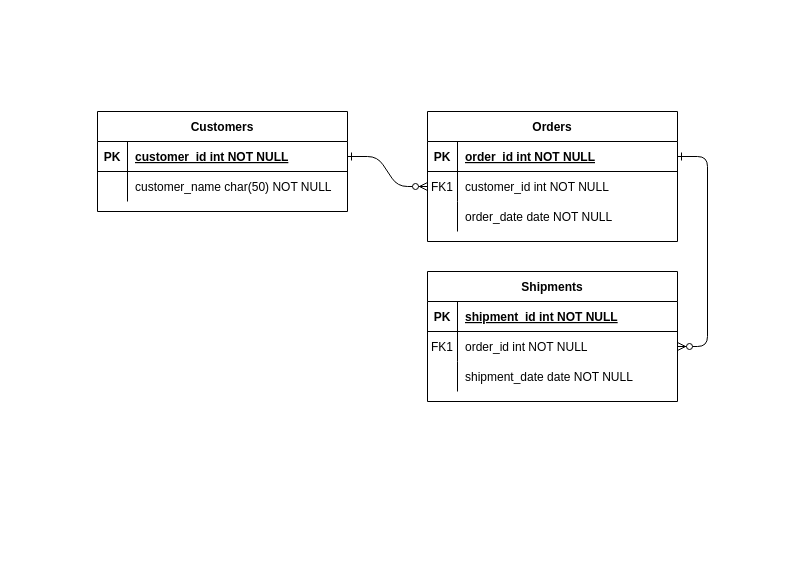
The draw.io diagram Untitled Diagram.drawio in Verokeli/demo02, before the edit. Source tidied: cells renumbered, new cells numbered last; positions are measured from the earlier drawing's top-left corner, leaving out a move shared by most shapes. Both pictures are drawn from the tidied source at 100%, with x=0, y=0 at pixel (97, 111).
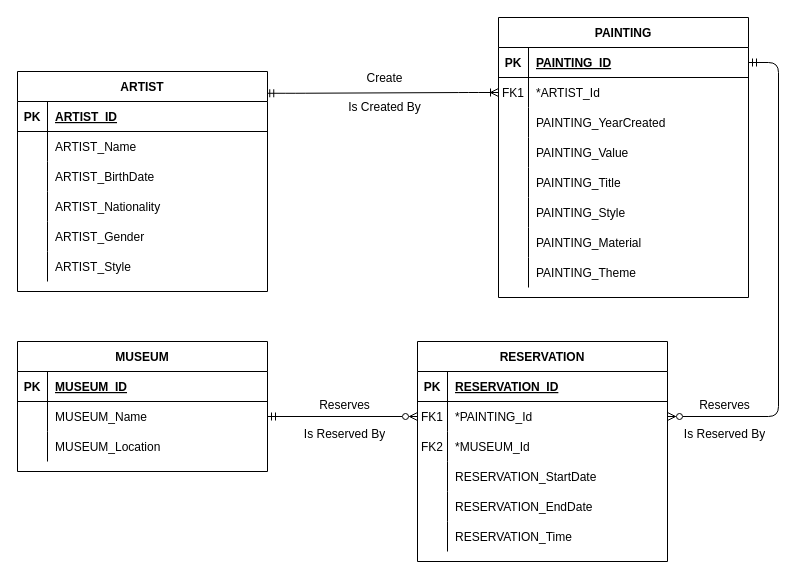
The same page after the edit.

The change refers to these unchanged cells:
```xml
<mxCell id="5" style="shape=partialRectangle;fillColor=none;points=[[0,0.5],[1,0.5]];portConstraint=eastwest;top=0;left=0;right=0;bottom=1;" parent="4" vertex="1">
  <mxGeometry y="30" width="250" height="30" as="geometry" />
</mxCell>
<mxCell id="8" style="shape=partialRectangle;fillColor=none;points=[[0,0.5],[1,0.5]];portConstraint=eastwest;top=0;left=0;right=0;bottom=0;" parent="4" vertex="1">
  <mxGeometry y="60" width="250" height="30" as="geometry" />
</mxCell>
<mxCell id="11" style="shape=partialRectangle;fillColor=none;top=0;left=0;right=0;bottom=0;" parent="4" vertex="1">
  <mxGeometry y="90" width="250" height="30" as="geometry" />
</mxCell>
<mxCell id="15" style="shape=partialRectangle;fillColor=none;top=0;left=0;right=0;bottom=1;" parent="14" vertex="1">
  <mxGeometry y="30" width="250" height="30" as="geometry" />
</mxCell>
<mxCell id="18" style="shape=partialRectangle;fillColor=none;points=[[0,0.5],[1,0.5]];portConstraint=eastwest;top=0;left=0;right=0;bottom=0;" parent="14" vertex="1">
  <mxGeometry y="60" width="250" height="30" as="geometry" />
</mxCell>
<mxCell id="21" style="shape=partialRectangle;fillColor=none;top=0;left=0;right=0;bottom=0;" parent="14" vertex="1">
  <mxGeometry y="90" width="250" height="30" as="geometry" />
</mxCell>
<mxCell id="25" style="shape=partialRectangle;fillColor=none;points=[[0,0.5],[1,0.5]];portConstraint=eastwest;top=0;left=0;right=0;bottom=1;" parent="24" vertex="1">
  <mxGeometry y="30" width="250" height="30" as="geometry" />
</mxCell>
<mxCell id="28" style="shape=partialRectangle;fillColor=none;top=0;left=0;right=0;bottom=0;" parent="24" vertex="1">
  <mxGeometry y="60" width="250" height="30" as="geometry" />
</mxCell>
```

Diff of the diagram source:
```diff
@@
-    <mxCell id="2" style="edgeStyle=entityRelationEdgeStyle;endArrow=ERzeroToMany;startArrow=ERone;endFill=1;startFill=0;" parent="1" edge="1" source="25" target="8">
+    <mxCell id="2" style="edgeStyle=entityRelationEdgeStyle;endArrow=ERoneToMany;startArrow=ERmandOne;endFill=0;startFill=0;exitX=0.993;exitY=0.099;exitDx=0;exitDy=0;exitPerimeter=0;fontSize=14;" parent="1" edge="1" source="24" target="8">
       <mxGeometry relative="1" as="geometry" />
     </mxCell>
-    <mxCell id="3" style="edgeStyle=entityRelationEdgeStyle;endArrow=ERzeroToMany;startArrow=ERone;endFill=1;startFill=0;" parent="1" edge="1" source="5" target="18">
-      <mxGeometry relative="1" as="geometry" />
+    <mxCell id="3" style="edgeStyle=entityRelationEdgeStyle;endArrow=ERzeroToMany;startArrow=ERmandOne;endFill=0;startFill=0;" parent="1" edge="1" source="5" target="18">
+      <mxGeometry relative="1" as="geometry">
+        <Array as="points">
+          <mxPoint x="630" y="120" />
+          <mxPoint x="640" y="140" />
+          <mxPoint x="660" y="130" />
+        </Array>
+      </mxGeometry>
     </mxCell>
-    <mxCell id="4" value="Orders" style="shape=table;startSize=30;childLayout=tableLayout;rowLines=0;fontStyle=1;align=center;" parent="1" vertex="1">
-      <mxGeometry x="330" width="250" height="130" as="geometry" />
+    <mxCell id="4" value="PAINTING" style="shape=table;startSize=30;childLayout=tableLayout;rowLines=0;fontStyle=1;align=center;" parent="1" vertex="1">
+      <mxGeometry x="401" y="-94" width="250" height="280" as="geometry" />
     </mxCell>
@@
-    <mxCell id="7" value="order_id int NOT NULL " style="shape=partialRectangle;overflow=hidden;fillColor=none;top=0;left=0;bottom=0;right=0;align=left;spacingLeft=6;fontStyle=5;" parent="5" vertex="1">
+    <mxCell id="7" value="PAINTING_ID" style="shape=partialRectangle;overflow=hidden;fillColor=none;top=0;left=0;bottom=0;right=0;align=left;spacingLeft=6;fontStyle=5;" parent="5" vertex="1">
       <mxGeometry x="30" width="220" height="30" as="geometry" />
     </mxCell>
@@
-    <mxCell id="10" value="customer_id int NOT NULL" style="shape=partialRectangle;overflow=hidden;fillColor=none;top=0;left=0;bottom=0;right=0;align=left;spacingLeft=6;" parent="8" vertex="1">
+    <mxCell id="10" value="*ARTIST_Id" style="shape=partialRectangle;overflow=hidden;fillColor=none;top=0;left=0;bottom=0;right=0;align=left;spacingLeft=6;" parent="8" vertex="1">
       <mxGeometry x="30" width="220" height="30" as="geometry" />
     </mxCell>
@@
-    <mxCell id="13" value="order_date date NOT NULL" style="shape=partialRectangle;overflow=hidden;fillColor=none;top=0;left=0;bottom=0;right=0;align=left;spacingLeft=6;" parent="11" vertex="1">
+    <mxCell id="13" value="PAINTING_YearCreated" style="shape=partialRectangle;overflow=hidden;fillColor=none;top=0;left=0;bottom=0;right=0;align=left;spacingLeft=6;" parent="11" vertex="1">
       <mxGeometry x="30" width="220" height="30" as="geometry" />
     </mxCell>
+    <mxCell id="31" style="shape=partialRectangle;fillColor=none;top=0;left=0;right=0;bottom=0;" parent="4" vertex="1">
+      <mxGeometry y="120" width="250" height="30" as="geometry" />
+    </mxCell>
+    <mxCell id="32" style="shape=partialRectangle;overflow=hidden;fillColor=none;top=0;left=0;bottom=0;right=0;" parent="31" vertex="1">
+      <mxGeometry width="30" height="30" as="geometry" />
+    </mxCell>
+    <mxCell id="33" value="PAINTING_Value" style="shape=partialRectangle;overflow=hidden;fillColor=none;top=0;left=0;bottom=0;right=0;align=left;spacingLeft=6;" parent="31" vertex="1">
+      <mxGeometry x="30" width="220" height="30" as="geometry" />
+    </mxCell>
+    <mxCell id="34" style="shape=partialRectangle;fillColor=none;top=0;left=0;right=0;bottom=0;" parent="4" vertex="1">
+      <mxGeometry y="150" width="250" height="30" as="geometry" />
+    </mxCell>
+    <mxCell id="35" style="shape=partialRectangle;overflow=hidden;fillColor=none;top=0;left=0;bottom=0;right=0;" parent="34" vertex="1">
+      <mxGeometry width="30" height="30" as="geometry" />
+    </mxCell>
+    <mxCell id="36" value="PAINTING_Title" style="shape=partialRectangle;overflow=hidden;fillColor=none;top=0;left=0;bottom=0;right=0;align=left;spacingLeft=6;" parent="34" vertex="1">
+      <mxGeometry x="30" width="220" height="30" as="geometry" />
+    </mxCell>
+    <mxCell id="37" style="shape=partialRectangle;fillColor=none;top=0;left=0;right=0;bottom=0;" parent="4" vertex="1">
+      <mxGeometry y="180" width="250" height="30" as="geometry" />
+    </mxCell>
+    <mxCell id="38" style="shape=partialRectangle;overflow=hidden;fillColor=none;top=0;left=0;bottom=0;right=0;" parent="37" vertex="1">
+      <mxGeometry width="30" height="30" as="geometry" />
+    </mxCell>
+    <mxCell id="39" value="PAINTING_Style" style="shape=partialRectangle;overflow=hidden;fillColor=none;top=0;left=0;bottom=0;right=0;align=left;spacingLeft=6;" parent="37" vertex="1">
+      <mxGeometry x="30" width="220" height="30" as="geometry" />
+    </mxCell>
+    <mxCell id="40" style="shape=partialRectangle;fillColor=none;top=0;left=0;right=0;bottom=0;" parent="4" vertex="1">
+      <mxGeometry y="210" width="250" height="30" as="geometry" />
+    </mxCell>
+    <mxCell id="41" style="shape=partialRectangle;overflow=hidden;fillColor=none;top=0;left=0;bottom=0;right=0;" parent="40" vertex="1">
+      <mxGeometry width="30" height="30" as="geometry" />
+    </mxCell>
+    <mxCell id="42" value="PAINTING_Material" style="shape=partialRectangle;overflow=hidden;fillColor=none;top=0;left=0;bottom=0;right=0;align=left;spacingLeft=6;" parent="40" vertex="1">
+      <mxGeometry x="30" width="220" height="30" as="geometry" />
+    </mxCell>
+    <mxCell id="43" style="shape=partialRectangle;fillColor=none;top=0;left=0;right=0;bottom=0;" parent="4" vertex="1">
+      <mxGeometry y="240" width="250" height="30" as="geometry" />
+    </mxCell>
+    <mxCell id="44" style="shape=partialRectangle;overflow=hidden;fillColor=none;top=0;left=0;bottom=0;right=0;" parent="43" vertex="1">
+      <mxGeometry width="30" height="30" as="geometry" />
+    </mxCell>
+    <mxCell id="45" value="PAINTING_Theme" style="shape=partialRectangle;overflow=hidden;fillColor=none;top=0;left=0;bottom=0;right=0;align=left;spacingLeft=6;" parent="43" vertex="1">
+      <mxGeometry x="30" width="220" height="30" as="geometry" />
+    </mxCell>
-    <mxCell id="14" value="Shipments" style="shape=table;startSize=30;childLayout=tableLayout;rowLines=0;fontStyle=1;align=center;" parent="1" vertex="1">
-      <mxGeometry x="330" y="160" width="250" height="130" as="geometry" />
+    <mxCell id="14" value="RESERVATION" style="shape=table;startSize=30;childLayout=tableLayout;rowLines=0;fontStyle=1;align=center;" parent="1" vertex="1">
+      <mxGeometry x="320" y="230" width="250" height="220" as="geometry" />
     </mxCell>
@@
-    <mxCell id="17" value="shipment_id int NOT NULL " style="shape=partialRectangle;overflow=hidden;fillColor=none;top=0;left=0;bottom=0;right=0;align=left;spacingLeft=6;fontStyle=5;" parent="15" vertex="1">
+    <mxCell id="17" value="RESERVATION_ID" style="shape=partialRectangle;overflow=hidden;fillColor=none;top=0;left=0;bottom=0;right=0;align=left;spacingLeft=6;fontStyle=5;" parent="15" vertex="1">
       <mxGeometry x="30" width="220" height="30" as="geometry" />
     </mxCell>
@@
-    <mxCell id="20" value="order_id int NOT NULL" style="shape=partialRectangle;overflow=hidden;fillColor=none;top=0;left=0;bottom=0;right=0;align=left;spacingLeft=6;" parent="18" vertex="1">
+    <mxCell id="20" value="*PAINTING_Id" style="shape=partialRectangle;overflow=hidden;fillColor=none;top=0;left=0;bottom=0;right=0;align=left;spacingLeft=6;" parent="18" vertex="1">
       <mxGeometry x="30" width="220" height="30" as="geometry" />
     </mxCell>
@@
-    <mxCell id="23" value="shipment_date date NOT NULL" style="shape=partialRectangle;overflow=hidden;fillColor=none;top=0;left=0;bottom=0;right=0;align=left;spacingLeft=6;" parent="21" vertex="1">
+    <mxCell id="23" value="*MUSEUM_Id" style="shape=partialRectangle;overflow=hidden;fillColor=none;top=0;left=0;bottom=0;right=0;align=left;spacingLeft=6;" parent="21" vertex="1">
       <mxGeometry x="30" width="220" height="30" as="geometry" />
     </mxCell>
+    <mxCell id="46" style="shape=partialRectangle;fillColor=none;top=0;left=0;right=0;bottom=0;" parent="14" vertex="1">
+      <mxGeometry y="120" width="250" height="30" as="geometry" />
+    </mxCell>
+    <mxCell id="47" style="shape=partialRectangle;overflow=hidden;fillColor=none;top=0;left=0;bottom=0;right=0;" parent="46" vertex="1">
+      <mxGeometry width="30" height="30" as="geometry" />
+    </mxCell>
+    <mxCell id="48" value="RESERVATION_StartDate" style="shape=partialRectangle;overflow=hidden;fillColor=none;top=0;left=0;bottom=0;right=0;align=left;spacingLeft=6;" parent="46" vertex="1">
+      <mxGeometry x="30" width="220" height="30" as="geometry" />
+    </mxCell>
+    <mxCell id="49" style="shape=partialRectangle;fillColor=none;top=0;left=0;right=0;bottom=0;" parent="14" vertex="1">
+      <mxGeometry y="150" width="250" height="30" as="geometry" />
+    </mxCell>
+    <mxCell id="50" style="shape=partialRectangle;overflow=hidden;fillColor=none;top=0;left=0;bottom=0;right=0;" parent="49" vertex="1">
+      <mxGeometry width="30" height="30" as="geometry" />
+    </mxCell>
+    <mxCell id="51" value="RESERVATION_EndDate" style="shape=partialRectangle;overflow=hidden;fillColor=none;top=0;left=0;bottom=0;right=0;align=left;spacingLeft=6;" parent="49" vertex="1">
+      <mxGeometry x="30" width="220" height="30" as="geometry" />
+    </mxCell>
+    <mxCell id="52" style="shape=partialRectangle;fillColor=none;top=0;left=0;right=0;bottom=0;" parent="14" vertex="1">
+      <mxGeometry y="180" width="250" height="30" as="geometry" />
+    </mxCell>
+    <mxCell id="53" style="shape=partialRectangle;overflow=hidden;fillColor=none;top=0;left=0;bottom=0;right=0;" parent="52" vertex="1">
+      <mxGeometry width="30" height="30" as="geometry" />
+    </mxCell>
+    <mxCell id="54" value="RESERVATION_Time" style="shape=partialRectangle;overflow=hidden;fillColor=none;top=0;left=0;bottom=0;right=0;align=left;spacingLeft=6;" parent="52" vertex="1">
+      <mxGeometry x="30" width="220" height="30" as="geometry" />
+    </mxCell>
-    <mxCell id="24" value="Customers" style="shape=table;startSize=30;childLayout=tableLayout;rowLines=0;fontStyle=1;align=center;" parent="1" vertex="1">
-      <mxGeometry width="250" height="100" as="geometry" />
+    <mxCell id="24" value="ARTIST" style="shape=table;startSize=30;childLayout=tableLayout;rowLines=0;fontStyle=1;align=center;" parent="1" vertex="1">
+      <mxGeometry x="-80" y="-40" width="250" height="220" as="geometry" />
     </mxCell>
@@
-    <mxCell id="27" value="customer_id int NOT NULL " style="shape=partialRectangle;overflow=hidden;fillColor=none;top=0;left=0;bottom=0;right=0;align=left;spacingLeft=6;fontStyle=5;" parent="25" vertex="1">
+    <mxCell id="27" value="ARTIST_ID" style="shape=partialRectangle;overflow=hidden;fillColor=none;top=0;left=0;bottom=0;right=0;align=left;spacingLeft=6;fontStyle=5;" parent="25" vertex="1">
       <mxGeometry x="30" width="220" height="30" as="geometry" />
     </mxCell>
@@
-    <mxCell id="30" value="customer_name char(50) NOT NULL" style="shape=partialRectangle;overflow=hidden;fillColor=none;top=0;left=0;bottom=0;right=0;align=left;spacingLeft=6;" parent="28" vertex="1">
+    <mxCell id="30" value="ARTIST_Name" style="shape=partialRectangle;overflow=hidden;fillColor=none;top=0;left=0;bottom=0;right=0;align=left;spacingLeft=6;" parent="28" vertex="1">
       <mxGeometry x="30" width="220" height="30" as="geometry" />
     </mxCell>
+    <mxCell id="55" style="shape=partialRectangle;fillColor=none;top=0;left=0;right=0;bottom=0;" parent="24" vertex="1">
+      <mxGeometry y="90" width="250" height="30" as="geometry" />
+    </mxCell>
+    <mxCell id="56" style="shape=partialRectangle;overflow=hidden;fillColor=none;top=0;left=0;bottom=0;right=0;" parent="55" vertex="1">
+      <mxGeometry width="30" height="30" as="geometry" />
+    </mxCell>
+    <mxCell id="57" value="ARTIST_BirthDate" style="shape=partialRectangle;overflow=hidden;fillColor=none;top=0;left=0;bottom=0;right=0;align=left;spacingLeft=6;" parent="55" vertex="1">
+      <mxGeometry x="30" width="220" height="30" as="geometry" />
+    </mxCell>
+    <mxCell id="58" style="shape=partialRectangle;fillColor=none;top=0;left=0;right=0;bottom=0;" parent="24" vertex="1">
+      <mxGeometry y="120" width="250" height="30" as="geometry" />
+    </mxCell>
+    <mxCell id="59" style="shape=partialRectangle;overflow=hidden;fillColor=none;top=0;left=0;bottom=0;right=0;" parent="58" vertex="1">
+      <mxGeometry width="30" height="30" as="geometry" />
+    </mxCell>
+    <mxCell id="60" value="ARTIST_Nationality" style="shape=partialRectangle;overflow=hidden;fillColor=none;top=0;left=0;bottom=0;right=0;align=left;spacingLeft=6;" parent="58" vertex="1">
+      <mxGeometry x="30" width="220" height="30" as="geometry" />
+    </mxCell>
+    <mxCell id="61" style="shape=partialRectangle;fillColor=none;top=0;left=0;right=0;bottom=0;" parent="24" vertex="1">
+      <mxGeometry y="150" width="250" height="30" as="geometry" />
+    </mxCell>
+    <mxCell id="62" style="shape=partialRectangle;overflow=hidden;fillColor=none;top=0;left=0;bottom=0;right=0;" parent="61" vertex="1">
+      <mxGeometry width="30" height="30" as="geometry" />
+    </mxCell>
+    <mxCell id="63" value="ARTIST_Gender" style="shape=partialRectangle;overflow=hidden;fillColor=none;top=0;left=0;bottom=0;right=0;align=left;spacingLeft=6;" parent="61" vertex="1">
+      <mxGeometry x="30" width="220" height="30" as="geometry" />
+    </mxCell>
+    <mxCell id="64" style="shape=partialRectangle;fillColor=none;top=0;left=0;right=0;bottom=0;" parent="24" vertex="1">
+      <mxGeometry y="180" width="250" height="30" as="geometry" />
+    </mxCell>
+    <mxCell id="65" style="shape=partialRectangle;overflow=hidden;fillColor=none;top=0;left=0;bottom=0;right=0;" parent="64" vertex="1">
+      <mxGeometry width="30" height="30" as="geometry" />
+    </mxCell>
+    <mxCell id="66" value="ARTIST_Style" style="shape=partialRectangle;overflow=hidden;fillColor=none;top=0;left=0;bottom=0;right=0;align=left;spacingLeft=6;" parent="64" vertex="1">
+      <mxGeometry x="30" width="220" height="30" as="geometry" />
+    </mxCell>
+    <mxCell id="67" value="MUSEUM" style="shape=table;startSize=30;childLayout=tableLayout;rowLines=0;fontStyle=1;align=center;" parent="1" vertex="1">
+      <mxGeometry x="-80" y="230" width="250" height="130" as="geometry" />
+    </mxCell>
+    <mxCell id="68" style="shape=partialRectangle;fillColor=none;top=0;left=0;right=0;bottom=1;" parent="67" vertex="1">
+      <mxGeometry y="30" width="250" height="30" as="geometry" />
+    </mxCell>
+    <mxCell id="69" value="PK" style="shape=partialRectangle;overflow=hidden;fillColor=none;top=0;left=0;bottom=0;right=0;fontStyle=1;" parent="68" vertex="1">
+      <mxGeometry width="30" height="30" as="geometry" />
+    </mxCell>
+    <mxCell id="70" value="MUSEUM_ID" style="shape=partialRectangle;overflow=hidden;fillColor=none;top=0;left=0;bottom=0;right=0;align=left;spacingLeft=6;fontStyle=5;" parent="68" vertex="1">
+      <mxGeometry x="30" width="220" height="30" as="geometry" />
+    </mxCell>
+    <mxCell id="71" style="shape=partialRectangle;fillColor=none;points=[[0,0.5],[1,0.5]];portConstraint=eastwest;top=0;left=0;right=0;bottom=0;" parent="67" vertex="1">
+      <mxGeometry y="60" width="250" height="30" as="geometry" />
+    </mxCell>
+    <mxCell id="72" style="shape=partialRectangle;overflow=hidden;fillColor=none;top=0;left=0;bottom=0;right=0;" parent="71" vertex="1">
+      <mxGeometry width="30" height="30" as="geometry" />
+    </mxCell>
+    <mxCell id="73" value="MUSEUM_Name" style="shape=partialRectangle;overflow=hidden;fillColor=none;top=0;left=0;bottom=0;right=0;align=left;spacingLeft=6;" parent="71" vertex="1">
+      <mxGeometry x="30" width="220" height="30" as="geometry" />
+    </mxCell>
+    <mxCell id="74" style="shape=partialRectangle;fillColor=none;top=0;left=0;right=0;bottom=0;" parent="67" vertex="1">
+      <mxGeometry y="90" width="250" height="30" as="geometry" />
+    </mxCell>
+    <mxCell id="75" style="shape=partialRectangle;overflow=hidden;fillColor=none;top=0;left=0;bottom=0;right=0;" parent="74" vertex="1">
+      <mxGeometry width="30" height="30" as="geometry" />
+    </mxCell>
+    <mxCell id="76" value="MUSEUM_Location" style="shape=partialRectangle;overflow=hidden;fillColor=none;top=0;left=0;bottom=0;right=0;align=left;spacingLeft=6;" parent="74" vertex="1">
+      <mxGeometry x="30" width="220" height="30" as="geometry" />
+    </mxCell>
+    <mxCell id="77" style="edgeStyle=orthogonalEdgeStyle;rounded=0;jettySize=auto;html=1;exitX=0;exitY=0.5;exitDx=0;exitDy=0;entryX=1;entryY=0.5;entryDx=0;entryDy=0;startArrow=ERzeroToMany;startFill=0;endArrow=ERmandOne;endFill=0;" parent="1" edge="1" source="18" target="71">
+      <mxGeometry relative="1" as="geometry" />
+    </mxCell>
+    <mxCell id="78" value="FK2" style="shape=partialRectangle;overflow=hidden;fillColor=none;top=0;left=0;bottom=0;right=0;" parent="1" vertex="1">
+      <mxGeometry x="320" y="320" width="30" height="30" as="geometry" />
+    </mxCell>
+    <mxCell id="79" value="Create&lt;div&gt;&lt;br&gt;&lt;/div&gt;&lt;div&gt;Is Created By&lt;/div&gt;" style="text;strokeColor=none;fillColor=none;spacingLeft=4;spacingRight=4;overflow=hidden;fontSize=12;whiteSpace=wrap;html=1;align=center;" parent="1" vertex="1">
+      <mxGeometry x="230" y="-47" width="115" height="60" as="geometry" />
+    </mxCell>
+    <mxCell id="80" value="Reserves&lt;div&gt;&lt;br&gt;&lt;/div&gt;&lt;div&gt;Is Reserved By&lt;/div&gt;" style="text;strokeColor=none;fillColor=none;spacingLeft=4;spacingRight=4;overflow=hidden;fontSize=12;whiteSpace=wrap;html=1;align=center;" parent="1" vertex="1">
+      <mxGeometry x="570" y="280" width="115" height="60" as="geometry" />
+    </mxCell>
+    <mxCell id="81" value="Reserves&lt;div&gt;&lt;br&gt;&lt;/div&gt;&lt;div&gt;Is Reserved By&lt;/div&gt;" style="text;strokeColor=none;fillColor=none;spacingLeft=4;spacingRight=4;overflow=hidden;fontSize=12;whiteSpace=wrap;html=1;align=center;" parent="1" vertex="1">
+      <mxGeometry x="190" y="280" width="115" height="60" as="geometry" />
+    </mxCell>
```
